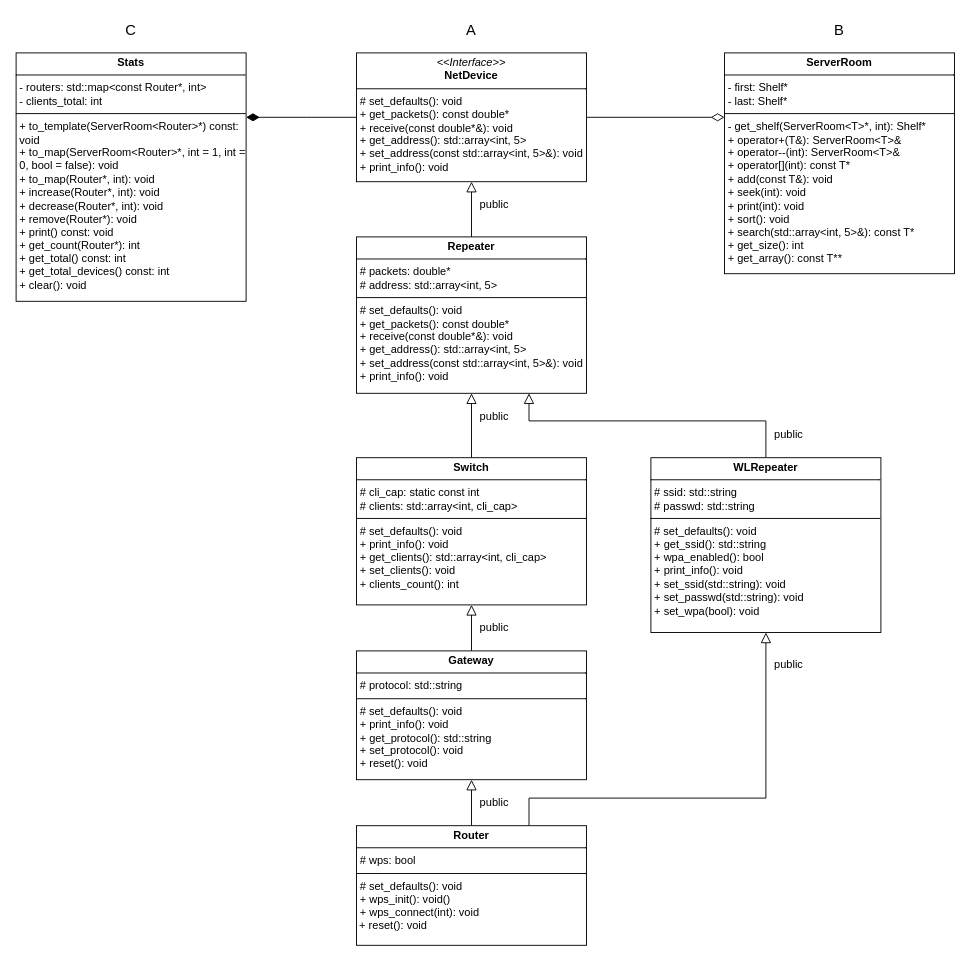
Above: Курс 2/ООП/Курисовая/UML.drawio in chsu-SE-2023/krinkin_notes (draw.io), before the change. Source tidied: cells renumbered, new cells numbered last; positions are measured from the earlier drawing's top-left corner, leaving out a move shared by most shapes. Both pictures are drawn from the tidied source at 92%, with x=0, y=0 at pixel (16, 16).
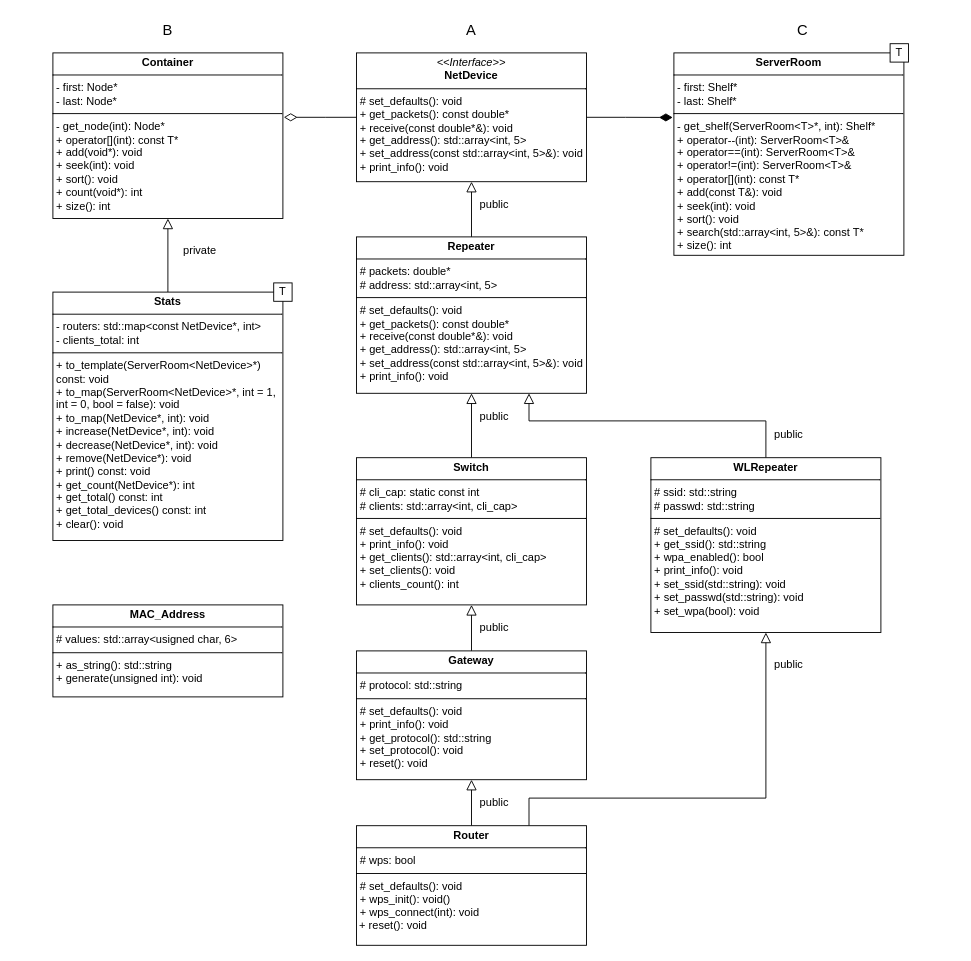
The same page after the edit.

Unchanged cells that the change refers to:
```xml
<mxCell id="4" value="&lt;p style=&quot;margin:0px;margin-top:4px;text-align:center;&quot;&gt;&lt;i&gt;&amp;lt;&amp;lt;Interface&amp;gt;&amp;gt;&lt;/i&gt;&lt;br&gt;&lt;b&gt;NetDevice&lt;/b&gt;&lt;/p&gt;&lt;p style=&quot;margin:0px;margin-top:4px;text-align:center;&quot;&gt;&lt;/p&gt;&lt;hr size=&quot;1&quot; style=&quot;border-style:solid;&quot;&gt;&lt;p style=&quot;margin:0px;margin-left:4px;&quot;&gt;# set_defaults(): void&lt;/p&gt;&lt;p style=&quot;margin:0px;margin-left:4px;&quot;&gt;+ get_packets(): const double*&lt;br&gt;+ receive(const double*&amp;amp;): void&lt;/p&gt;&lt;p style=&quot;margin:0px;margin-left:4px;&quot;&gt;+ get_address(): std::array&amp;lt;int, 5&amp;gt;&lt;/p&gt;&lt;p style=&quot;margin:0px;margin-left:4px;&quot;&gt;+ set_address(const std::array&amp;lt;int, 5&amp;gt;&amp;amp;): void&lt;/p&gt;&lt;p style=&quot;margin:0px;margin-left:4px;&quot;&gt;+ print_info(): void&lt;/p&gt;" style="verticalAlign=top;align=left;overflow=fill;html=1;whiteSpace=wrap;" parent="1" vertex="1">
  <mxGeometry x="370" y="40" width="250" height="140" as="geometry" />
</mxCell>
```

Diff of the diagram source:
```diff
@@
-    <mxCell id="12" value="&lt;p style=&quot;margin:0px;margin-top:4px;text-align:center;&quot;&gt;&lt;b&gt;ServerRoom&lt;/b&gt;&lt;/p&gt;&lt;hr size=&quot;1&quot; style=&quot;border-style:solid;&quot;&gt;&lt;p style=&quot;margin:0px;margin-left:4px;&quot;&gt;- first: Shelf*&lt;br&gt;- last: Shelf*&lt;/p&gt;&lt;hr size=&quot;1&quot; style=&quot;border-style:solid;&quot;&gt;&lt;p style=&quot;margin:0px;margin-left:4px;&quot;&gt;- get_shelf(ServerRoom&amp;lt;T&amp;gt;*, int): Shelf*&lt;/p&gt;&lt;p style=&quot;margin:0px;margin-left:4px;&quot;&gt;+ operator+(T&amp;amp;): ServerRoom&amp;lt;T&amp;gt;&amp;amp;&lt;/p&gt;&lt;p style=&quot;margin:0px;margin-left:4px;&quot;&gt;+ operator--(int): ServerRoom&amp;lt;T&amp;gt;&amp;amp;&lt;/p&gt;&lt;p style=&quot;margin:0px;margin-left:4px;&quot;&gt;+ operator[](int): const T*&lt;/p&gt;&lt;p style=&quot;margin:0px;margin-left:4px;&quot;&gt;+ add(const T&amp;amp;): void&lt;/p&gt;&lt;p style=&quot;margin:0px;margin-left:4px;&quot;&gt;+ seek(int): void&lt;/p&gt;&lt;p style=&quot;margin:0px;margin-left:4px;&quot;&gt;+ print(int): void&lt;/p&gt;&lt;p style=&quot;margin:0px;margin-left:4px;&quot;&gt;+ sort(): void&lt;/p&gt;&lt;p style=&quot;margin:0px;margin-left:4px;&quot;&gt;+ search(std::array&amp;lt;int, 5&amp;gt;&amp;amp;): const T*&lt;/p&gt;&lt;p style=&quot;margin:0px;margin-left:4px;&quot;&gt;+ get_size(): int&lt;/p&gt;&lt;p style=&quot;margin:0px;margin-left:4px;&quot;&gt;+ get_array(): const T**&lt;/p&gt;" style="verticalAlign=top;align=left;overflow=fill;html=1;whiteSpace=wrap;" parent="1" vertex="1">
-      <mxGeometry x="770" y="40" width="250" height="240" as="geometry" />
+    <mxCell id="12" value="&lt;p style=&quot;margin:0px;margin-top:4px;text-align:center;&quot;&gt;&lt;b&gt;Container&lt;/b&gt;&lt;/p&gt;&lt;hr size=&quot;1&quot; style=&quot;border-style:solid;&quot;&gt;&lt;p style=&quot;margin:0px;margin-left:4px;&quot;&gt;- first: Node*&lt;br&gt;- last: Node*&lt;/p&gt;&lt;hr size=&quot;1&quot; style=&quot;border-style:solid;&quot;&gt;&lt;p style=&quot;margin:0px;margin-left:4px;&quot;&gt;- get_node(int): Node*&lt;/p&gt;&lt;p style=&quot;margin:0px;margin-left:4px;&quot;&gt;+ operator[](int): const T*&lt;/p&gt;&lt;p style=&quot;margin:0px;margin-left:4px;&quot;&gt;+ add(void*): void&lt;/p&gt;&lt;p style=&quot;margin:0px;margin-left:4px;&quot;&gt;+ seek(int): void&lt;/p&gt;&lt;p style=&quot;margin:0px;margin-left:4px;&quot;&gt;+ sort(): void&lt;/p&gt;&lt;p style=&quot;margin:0px;margin-left:4px;&quot;&gt;+ count(void*): int&lt;/p&gt;&lt;p style=&quot;margin:0px;margin-left:4px;&quot;&gt;+ size(): int&lt;/p&gt;" style="verticalAlign=top;align=left;overflow=fill;html=1;whiteSpace=wrap;" parent="1" vertex="1">
+      <mxGeometry x="40" y="40" width="250" height="180" as="geometry" />
     </mxCell>
-    <mxCell id="13" style="edgeStyle=orthogonalEdgeStyle;rounded=0;jettySize=auto;html=1;endArrow=diamondThin;endFill=0;endSize=12;jumpSize=6;" parent="1" edge="1" source="4">
-      <mxGeometry relative="1" as="geometry">
-        <mxPoint x="770" y="110" as="targetPoint" />
-      </mxGeometry>
-    </mxCell>
@@
+    <mxCell id="27" style="edgeStyle=orthogonalEdgeStyle;rounded=0;jettySize=auto;html=1;entryX=0.5;entryY=1;entryDx=0;entryDy=0;endSize=9;endArrow=block;endFill=0;" parent="1" edge="1" source="16" target="12">
+      <mxGeometry relative="1" as="geometry" />
+    </mxCell>
-    <mxCell id="16" value="&lt;p style=&quot;margin:0px;margin-top:4px;text-align:center;&quot;&gt;&lt;b&gt;Stats&lt;/b&gt;&lt;/p&gt;&lt;hr size=&quot;1&quot; style=&quot;border-style:solid;&quot;&gt;&lt;p style=&quot;margin:0px;margin-left:4px;&quot;&gt;- routers: std::map&amp;lt;const Router*, int&amp;gt;&lt;br&gt;- clients_total: int&lt;/p&gt;&lt;hr size=&quot;1&quot; style=&quot;border-style:solid;&quot;&gt;&lt;p style=&quot;margin:0px;margin-left:4px;&quot;&gt;+ to_template(ServerRoom&amp;lt;Router&amp;gt;*) const: void&lt;br&gt;+ to_map(ServerRoom&amp;lt;Router&amp;gt;*, int = 1, int = 0, bool = false): void&lt;br&gt;+ to_map(Router*, int): void&lt;br&gt;+ increase(Router*, int): void&lt;br&gt;+ decrease(Router*, int): void&lt;br&gt;+ remove(Router*): void&lt;br&gt;+ print() const: void&lt;br&gt;+ get_count(Router*): int&lt;br&gt;+ get_total() const: int&lt;br&gt;+ get_total_devices() const: int&lt;br&gt;+ clear(): void&lt;br&gt;&lt;br&gt;&lt;/p&gt;" style="verticalAlign=top;align=left;overflow=fill;html=1;whiteSpace=wrap;" parent="1" vertex="1">
-      <mxGeometry y="40" width="250" height="270" as="geometry" />
+    <mxCell id="16" value="&lt;p style=&quot;margin:0px;margin-top:4px;text-align:center;&quot;&gt;&lt;b&gt;Stats&lt;/b&gt;&lt;/p&gt;&lt;hr size=&quot;1&quot; style=&quot;border-style:solid;&quot;&gt;&lt;p style=&quot;margin:0px;margin-left:4px;&quot;&gt;- routers: std::map&amp;lt;const NetDevice*, int&amp;gt;&lt;br&gt;- clients_total: int&lt;/p&gt;&lt;hr size=&quot;1&quot; style=&quot;border-style:solid;&quot;&gt;&lt;p style=&quot;margin:0px;margin-left:4px;&quot;&gt;+ to_template(ServerRoom&amp;lt;NetDevice&amp;gt;*) const: void&lt;br&gt;+ to_map(ServerRoom&amp;lt;NetDevice&amp;gt;*, int = 1, int = 0, bool = false): void&lt;br&gt;+ to_map(NetDevice*, int): void&lt;br&gt;+ increase(NetDevice*, int): void&lt;br&gt;+ decrease(NetDevice*, int): void&lt;br&gt;+ remove(NetDevice*): void&lt;br&gt;+ print() const: void&lt;br&gt;+ get_count(NetDevice*): int&lt;br&gt;+ get_total() const: int&lt;br&gt;+ get_total_devices() const: int&lt;br&gt;+ clear(): void&lt;br&gt;&lt;br&gt;&lt;/p&gt;" style="verticalAlign=top;align=left;overflow=fill;html=1;whiteSpace=wrap;" parent="1" vertex="1">
+      <mxGeometry x="40" y="300" width="250" height="270" as="geometry" />
     </mxCell>
-    <mxCell id="17" style="edgeStyle=orthogonalEdgeStyle;rounded=0;jettySize=auto;html=1;endArrow=diamondThin;endFill=1;endSize=12;" parent="1" edge="1" source="4">
-      <mxGeometry relative="1" as="geometry">
-        <mxPoint x="250" y="110" as="targetPoint" />
-      </mxGeometry>
-    </mxCell>
     <mxCell id="18" value="&lt;font style=&quot;font-size: 16px;&quot;&gt;C&lt;/font&gt;" style="text;html=1;align=center;verticalAlign=middle;whiteSpace=wrap;rounded=0;" parent="1" vertex="1">
-      <mxGeometry x="95" width="60" height="30" as="geometry" />
+      <mxGeometry x="825" width="60" height="30" as="geometry" />
     </mxCell>
@@
     <mxCell id="20" value="&lt;font style=&quot;font-size: 16px;&quot;&gt;B&lt;/font&gt;" style="text;html=1;align=center;verticalAlign=middle;whiteSpace=wrap;rounded=0;" parent="1" vertex="1">
-      <mxGeometry x="865" width="60" height="30" as="geometry" />
+      <mxGeometry x="135" width="60" height="30" as="geometry" />
     </mxCell>
@@
+    <mxCell id="28" style="edgeStyle=orthogonalEdgeStyle;rounded=0;jettySize=auto;html=1;endArrow=diamondThin;endFill=0;endSize=12;" parent="1" edge="1" source="4">
+      <mxGeometry relative="1" as="geometry">
+        <mxPoint x="291" y="110" as="targetPoint" />
+      </mxGeometry>
+    </mxCell>
+    <mxCell id="29" style="edgeStyle=orthogonalEdgeStyle;rounded=0;jettySize=auto;html=1;endArrow=diamondThin;endFill=1;endSize=12;entryX=-0.005;entryY=0.319;entryDx=0;entryDy=0;entryPerimeter=0;" parent="1" edge="1" source="4" target="30">
+      <mxGeometry relative="1" as="geometry" />
+    </mxCell>
+    <mxCell id="30" value="&lt;p style=&quot;margin:0px;margin-top:4px;text-align:center;&quot;&gt;&lt;b&gt;ServerRoom&lt;/b&gt;&lt;/p&gt;&lt;hr size=&quot;1&quot; style=&quot;border-style:solid;&quot;&gt;&lt;p style=&quot;margin:0px;margin-left:4px;&quot;&gt;- first: Shelf*&lt;br&gt;- last: Shelf*&lt;/p&gt;&lt;hr size=&quot;1&quot; style=&quot;border-style:solid;&quot;&gt;&lt;p style=&quot;margin:0px;margin-left:4px;&quot;&gt;- get_shelf(ServerRoom&amp;lt;T&amp;gt;*, int): Shelf*&lt;/p&gt;&lt;p style=&quot;margin:0px;margin-left:4px;&quot;&gt;+ operator--(int): ServerRoom&amp;lt;T&amp;gt;&amp;amp;&lt;/p&gt;&lt;p style=&quot;margin:0px;margin-left:4px;&quot;&gt;+ operator==(int): ServerRoom&amp;lt;T&amp;gt;&amp;amp;&lt;/p&gt;&lt;p style=&quot;margin:0px;margin-left:4px;&quot;&gt;+ operator!=(int): ServerRoom&amp;lt;T&amp;gt;&amp;amp;&lt;/p&gt;&lt;p style=&quot;margin:0px;margin-left:4px;&quot;&gt;+ operator[](int): const T*&lt;/p&gt;&lt;p style=&quot;margin:0px;margin-left:4px;&quot;&gt;+ add(const T&amp;amp;): void&lt;/p&gt;&lt;p style=&quot;margin:0px;margin-left:4px;&quot;&gt;+ seek(int): void&lt;/p&gt;&lt;p style=&quot;margin:0px;margin-left:4px;&quot;&gt;+ sort(): void&lt;/p&gt;&lt;p style=&quot;margin:0px;margin-left:4px;&quot;&gt;+ search(std::array&amp;lt;int, 5&amp;gt;&amp;amp;): const T*&lt;/p&gt;&lt;p style=&quot;margin:0px;margin-left:4px;&quot;&gt;+ size(): int&lt;/p&gt;" style="verticalAlign=top;align=left;overflow=fill;html=1;whiteSpace=wrap;" parent="1" vertex="1">
+      <mxGeometry x="715" y="40" width="250" height="220" as="geometry" />
+    </mxCell>
+    <mxCell id="31" value="T" style="rounded=0;whiteSpace=wrap;html=1;" parent="1" vertex="1">
+      <mxGeometry x="280" y="290" width="20" height="20" as="geometry" />
+    </mxCell>
+    <mxCell id="32" value="private" style="text;html=1;align=center;verticalAlign=middle;whiteSpace=wrap;rounded=0;" parent="1" vertex="1">
+      <mxGeometry x="170" y="240" width="60" height="30" as="geometry" />
+    </mxCell>
+    <mxCell id="33" value="T" style="rounded=0;whiteSpace=wrap;html=1;" parent="1" vertex="1">
+      <mxGeometry x="950" y="30" width="20" height="20" as="geometry" />
+    </mxCell>
+    <mxCell id="34" value="&lt;p style=&quot;margin:0px;margin-top:4px;text-align:center;&quot;&gt;&lt;b&gt;MAC_Address&lt;/b&gt;&lt;/p&gt;&lt;hr size=&quot;1&quot; style=&quot;border-style:solid;&quot;&gt;&lt;p style=&quot;margin:0px;margin-left:4px;&quot;&gt;# values: std::array&amp;lt;usigned char, 6&amp;gt;&lt;/p&gt;&lt;hr size=&quot;1&quot; style=&quot;border-style:solid;&quot;&gt;&lt;p style=&quot;margin:0px;margin-left:4px;&quot;&gt;&lt;span style=&quot;background-color: transparent; color: light-dark(rgb(0, 0, 0), rgb(255, 255, 255));&quot;&gt;+ as_string(): std::string&lt;/span&gt;&lt;/p&gt;&lt;p style=&quot;margin:0px;margin-left:4px;&quot;&gt;+ generate(unsigned int): void&lt;/p&gt;&lt;p style=&quot;margin:0px;margin-left:4px;&quot;&gt;&lt;br&gt;&lt;/p&gt;" style="verticalAlign=top;align=left;overflow=fill;html=1;whiteSpace=wrap;" parent="1" vertex="1">
+      <mxGeometry x="40" y="640" width="250" height="100" as="geometry" />
+    </mxCell>
```
